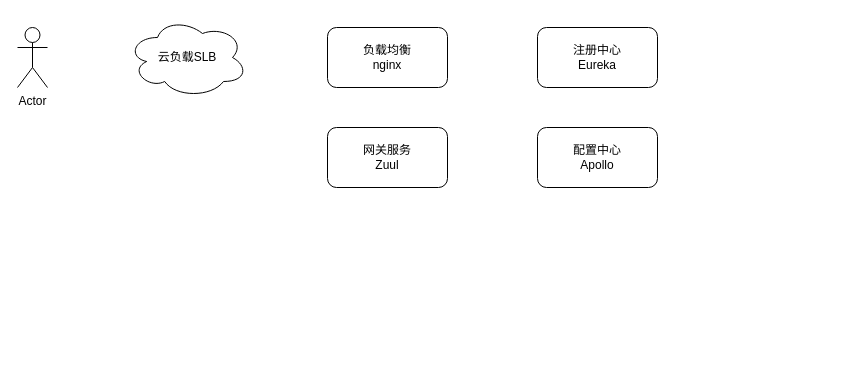
This is 正泰安能正式环境部署架构.drawio from xujiuhua/draw, a draw.io file, before an edit. Source tidied: cells renumbered, new cells numbered last; positions are measured from the earlier drawing's top-left corner, leaving out a move shared by most shapes. Both pictures are drawn from the tidied source at 100%, with x=0, y=0 at pixel (17, 17).
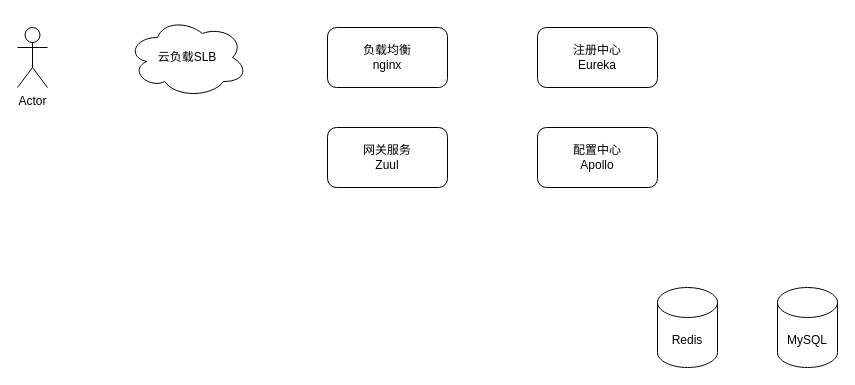
The same diagram, later.

Commit message (it also covers changes not shown here):
Update 正泰安能正式环境部署架构.drawio

What changed in the source:
```diff
@@
 <mxGraphModel>
   <root>
     <mxCell id="0" />
     <mxCell id="1" parent="0" />
     <mxCell id="2" value="Actor" style="shape=umlActor;verticalLabelPosition=bottom;verticalAlign=top;html=1;" parent="1" vertex="1">
       <mxGeometry y="10" width="30" height="60" as="geometry" />
     </mxCell>
     <mxCell id="3" value="负载均衡&lt;br&gt;nginx" style="rounded=1;whiteSpace=wrap;html=1;" parent="1" vertex="1">
       <mxGeometry x="310" y="10" width="120" height="60" as="geometry" />
     </mxCell>
     <mxCell id="4" value="云负载SLB" style="ellipse;shape=cloud;whiteSpace=wrap;html=1;" parent="1" vertex="1">
       <mxGeometry x="110" width="120" height="80" as="geometry" />
     </mxCell>
     <mxCell id="5" value="网关服务&lt;br&gt;Zuul" style="rounded=1;whiteSpace=wrap;html=1;" parent="1" vertex="1">
       <mxGeometry x="310" y="110" width="120" height="60" as="geometry" />
     </mxCell>
     <mxCell id="6" value="注册中心&lt;br&gt;Eureka" style="rounded=1;whiteSpace=wrap;html=1;" parent="1" vertex="1">
       <mxGeometry x="520" y="10" width="120" height="60" as="geometry" />
     </mxCell>
     <mxCell id="7" value="配置中心&lt;br&gt;Apollo" style="rounded=1;whiteSpace=wrap;html=1;" parent="1" vertex="1">
       <mxGeometry x="520" y="110" width="120" height="60" as="geometry" />
     </mxCell>
+    <mxCell id="8" value="Redis" style="shape=cylinder3;whiteSpace=wrap;html=1;boundedLbl=1;backgroundOutline=1;size=15;" parent="1" vertex="1">
+      <mxGeometry x="640" y="270" width="60" height="80" as="geometry" />
+    </mxCell>
+    <mxCell id="9" value="MySQL" style="shape=cylinder3;whiteSpace=wrap;html=1;boundedLbl=1;backgroundOutline=1;size=15;" parent="1" vertex="1">
+      <mxGeometry x="760" y="270" width="60" height="80" as="geometry" />
+    </mxCell>
   </root>
 </mxGraphModel>
```
